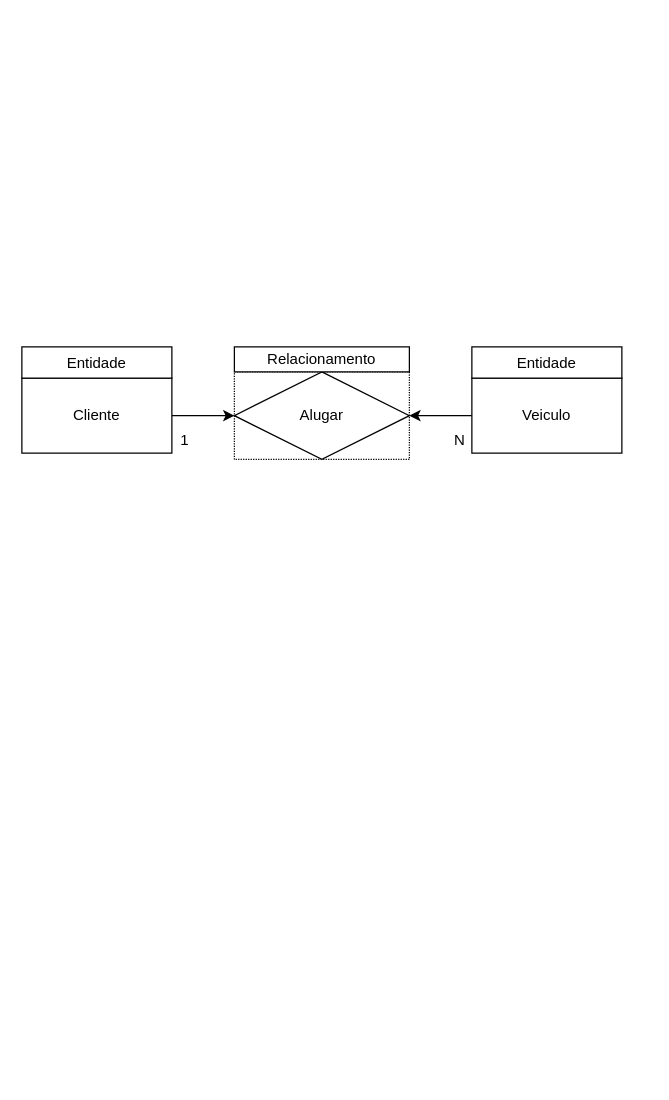
The draw.io diagram Exercicios/01 - Modelo de Entidade Relacional/1.2-exercicio-locadora/02.drawio in RafaelGomes01/Desenvolvimento-Banco-de-Dados, before the edit. Source tidied: cells renumbered, new cells numbered last; positions are measured from the earlier drawing's top-left corner, leaving out a move shared by most shapes. Both pictures are drawn from the tidied source at 125%, with x=0, y=0 at pixel (21, 346).
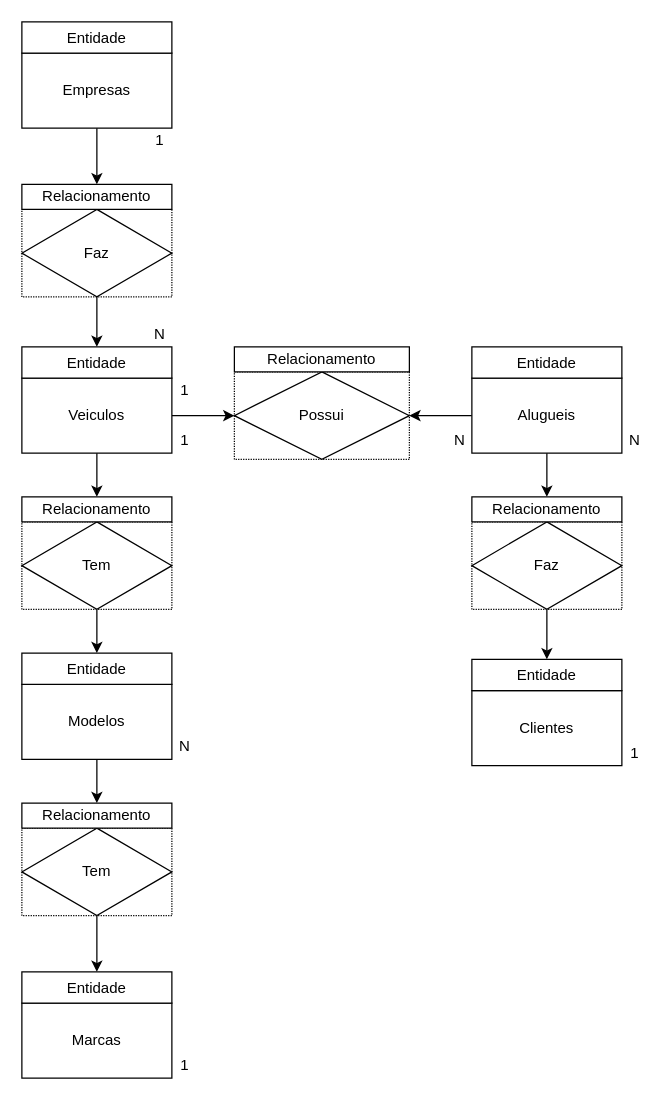
The same page after the edit.

The edit, as a diff of the source:
```diff
@@
+    <mxCell id="13" style="edgeStyle=orthogonalEdgeStyle;rounded=0;jettySize=auto;html=1;" parent="1" edge="1" source="4" target="22">
+      <mxGeometry relative="1" as="geometry" />
+    </mxCell>
-    <mxCell id="4" value="Cliente" style="whiteSpace=wrap;html=1;" parent="1" vertex="1">
+    <mxCell id="4" value="Veiculos" style="whiteSpace=wrap;html=1;" parent="1" vertex="1">
       <mxGeometry y="25" width="120" height="60" as="geometry" />
     </mxCell>
@@
+    <mxCell id="14" style="edgeStyle=orthogonalEdgeStyle;rounded=0;jettySize=auto;html=1;" parent="1" edge="1" source="6" target="18">
+      <mxGeometry relative="1" as="geometry" />
+    </mxCell>
-    <mxCell id="6" value="Veiculo" style="whiteSpace=wrap;html=1;" parent="1" vertex="1">
+    <mxCell id="6" value="Alugueis" style="whiteSpace=wrap;html=1;" parent="1" vertex="1">
       <mxGeometry x="360" y="25" width="120" height="60" as="geometry" />
     </mxCell>
-    <mxCell id="7" value="Alugar" style="rhombus;whiteSpace=wrap;html=1;" parent="1" vertex="1">
+    <mxCell id="7" value="Possui" style="rhombus;whiteSpace=wrap;html=1;" parent="1" vertex="1">
       <mxGeometry x="170" y="20" width="140" height="70" as="geometry" />
     </mxCell>
@@
+    <mxCell id="15" style="whiteSpace=wrap;html=1;dashed=1;dashPattern=1 1;" parent="1" vertex="1">
+      <mxGeometry x="360" y="140" width="120" height="70" as="geometry" />
+    </mxCell>
+    <mxCell id="16" style="edgeStyle=orthogonalEdgeStyle;rounded=0;jettySize=auto;html=1;" parent="1" edge="1" source="17" target="25">
+      <mxGeometry relative="1" as="geometry" />
+    </mxCell>
+    <mxCell id="17" value="Faz" style="rhombus;whiteSpace=wrap;html=1;" parent="1" vertex="1">
+      <mxGeometry x="360" y="140" width="120" height="70" as="geometry" />
+    </mxCell>
+    <mxCell id="18" value="Relacionamento" style="whiteSpace=wrap;html=1;" parent="1" vertex="1">
+      <mxGeometry x="360" y="120" width="120" height="20" as="geometry" />
+    </mxCell>
+    <mxCell id="19" style="edgeStyle=orthogonalEdgeStyle;rounded=0;jettySize=auto;html=1;" parent="1" edge="1" source="20" target="30">
+      <mxGeometry relative="1" as="geometry" />
+    </mxCell>
+    <mxCell id="20" style="whiteSpace=wrap;html=1;dashed=1;dashPattern=1 1;" parent="1" vertex="1">
+      <mxGeometry y="140" width="120" height="70" as="geometry" />
+    </mxCell>
+    <mxCell id="21" value="Tem" style="rhombus;whiteSpace=wrap;html=1;" parent="1" vertex="1">
+      <mxGeometry y="140" width="120" height="70" as="geometry" />
+    </mxCell>
+    <mxCell id="22" value="Relacionamento" style="whiteSpace=wrap;html=1;" parent="1" vertex="1">
+      <mxGeometry y="120" width="120" height="20" as="geometry" />
+    </mxCell>
+    <mxCell id="23" value="Clientes" style="whiteSpace=wrap;html=1;" parent="1" vertex="1">
+      <mxGeometry x="360" y="275" width="120" height="60" as="geometry" />
+    </mxCell>
+    <mxCell id="24" value="1" style="text;html=1;align=center;verticalAlign=middle;" parent="1" vertex="1">
+      <mxGeometry x="480" y="315" width="20" height="20" as="geometry" />
+    </mxCell>
+    <mxCell id="25" value="Entidade" style="whiteSpace=wrap;html=1;" parent="1" vertex="1">
+      <mxGeometry x="360" y="250" width="120" height="25" as="geometry" />
+    </mxCell>
+    <mxCell id="26" value="N" style="text;html=1;align=center;verticalAlign=middle;" parent="1" vertex="1">
+      <mxGeometry x="480" y="65" width="20" height="20" as="geometry" />
+    </mxCell>
+    <mxCell id="27" style="edgeStyle=orthogonalEdgeStyle;rounded=0;jettySize=auto;html=1;" parent="1" edge="1" source="28" target="34">
+      <mxGeometry relative="1" as="geometry" />
+    </mxCell>
+    <mxCell id="28" value="Modelos" style="whiteSpace=wrap;html=1;" parent="1" vertex="1">
+      <mxGeometry y="270" width="120" height="60" as="geometry" />
+    </mxCell>
+    <mxCell id="29" value="N" style="text;html=1;align=center;verticalAlign=middle;" parent="1" vertex="1">
+      <mxGeometry x="120" y="310" width="20" height="20" as="geometry" />
+    </mxCell>
+    <mxCell id="30" value="Entidade" style="whiteSpace=wrap;html=1;" parent="1" vertex="1">
+      <mxGeometry y="245" width="120" height="25" as="geometry" />
+    </mxCell>
+    <mxCell id="31" style="whiteSpace=wrap;html=1;dashed=1;dashPattern=1 1;" parent="1" vertex="1">
+      <mxGeometry y="385" width="120" height="70" as="geometry" />
+    </mxCell>
+    <mxCell id="32" style="edgeStyle=orthogonalEdgeStyle;rounded=0;jettySize=auto;html=1;" parent="1" edge="1" source="33" target="37">
+      <mxGeometry relative="1" as="geometry" />
+    </mxCell>
+    <mxCell id="33" value="Tem" style="rhombus;whiteSpace=wrap;html=1;" parent="1" vertex="1">
+      <mxGeometry y="385" width="120" height="70" as="geometry" />
+    </mxCell>
+    <mxCell id="34" value="Relacionamento" style="whiteSpace=wrap;html=1;" parent="1" vertex="1">
+      <mxGeometry y="365" width="120" height="20" as="geometry" />
+    </mxCell>
+    <mxCell id="35" value="Marcas" style="whiteSpace=wrap;html=1;" parent="1" vertex="1">
+      <mxGeometry y="525" width="120" height="60" as="geometry" />
+    </mxCell>
+    <mxCell id="36" value="1" style="text;html=1;align=center;verticalAlign=middle;" parent="1" vertex="1">
+      <mxGeometry x="120" y="565" width="20" height="20" as="geometry" />
+    </mxCell>
+    <mxCell id="37" value="Entidade" style="whiteSpace=wrap;html=1;" parent="1" vertex="1">
+      <mxGeometry y="500" width="120" height="25" as="geometry" />
+    </mxCell>
+    <mxCell id="38" value="1" style="text;html=1;align=center;verticalAlign=middle;" parent="1" vertex="1">
+      <mxGeometry x="120" y="25" width="20" height="20" as="geometry" />
+    </mxCell>
+    <mxCell id="39" style="whiteSpace=wrap;html=1;dashed=1;dashPattern=1 1;" parent="1" vertex="1">
+      <mxGeometry y="-110" width="120" height="70" as="geometry" />
+    </mxCell>
+    <mxCell id="40" style="edgeStyle=orthogonalEdgeStyle;rounded=0;jettySize=auto;html=1;" parent="1" edge="1" source="41">
+      <mxGeometry relative="1" as="geometry">
+        <mxPoint x="60" as="targetPoint" />
+      </mxGeometry>
+    </mxCell>
+    <mxCell id="41" value="Faz" style="rhombus;whiteSpace=wrap;html=1;" parent="1" vertex="1">
+      <mxGeometry y="-110" width="120" height="70" as="geometry" />
+    </mxCell>
+    <mxCell id="42" value="Relacionamento" style="whiteSpace=wrap;html=1;" parent="1" vertex="1">
+      <mxGeometry y="-130" width="120" height="20" as="geometry" />
+    </mxCell>
+    <mxCell id="43" style="edgeStyle=orthogonalEdgeStyle;rounded=0;jettySize=auto;html=1;" parent="1" edge="1" source="44" target="42">
+      <mxGeometry relative="1" as="geometry" />
+    </mxCell>
+    <mxCell id="44" value="Empresas" style="whiteSpace=wrap;html=1;" parent="1" vertex="1">
+      <mxGeometry y="-235" width="120" height="60" as="geometry" />
+    </mxCell>
+    <mxCell id="45" value="1" style="text;html=1;align=center;verticalAlign=middle;" parent="1" vertex="1">
+      <mxGeometry x="100" y="-175" width="20" height="20" as="geometry" />
+    </mxCell>
+    <mxCell id="46" value="Entidade" style="whiteSpace=wrap;html=1;" parent="1" vertex="1">
+      <mxGeometry y="-260" width="120" height="25" as="geometry" />
+    </mxCell>
+    <mxCell id="47" value="N" style="text;html=1;align=center;verticalAlign=middle;" parent="1" vertex="1">
+      <mxGeometry x="100" y="-20" width="20" height="20" as="geometry" />
+    </mxCell>
```
